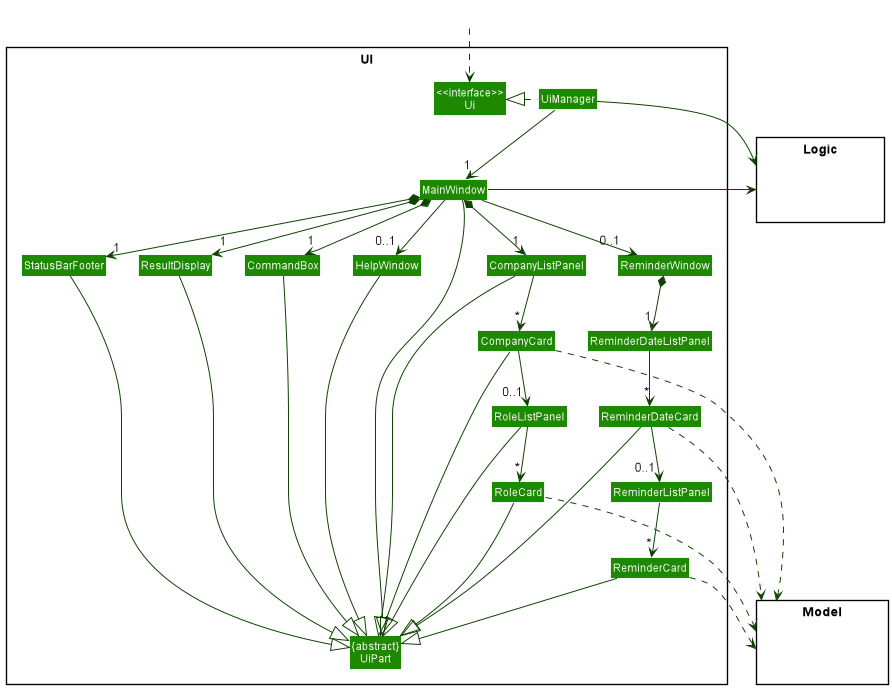
Earlier version of the PlantUML export docs/images/UiClassDiagram.png (nus-cs2103-AY2122S2/tp).
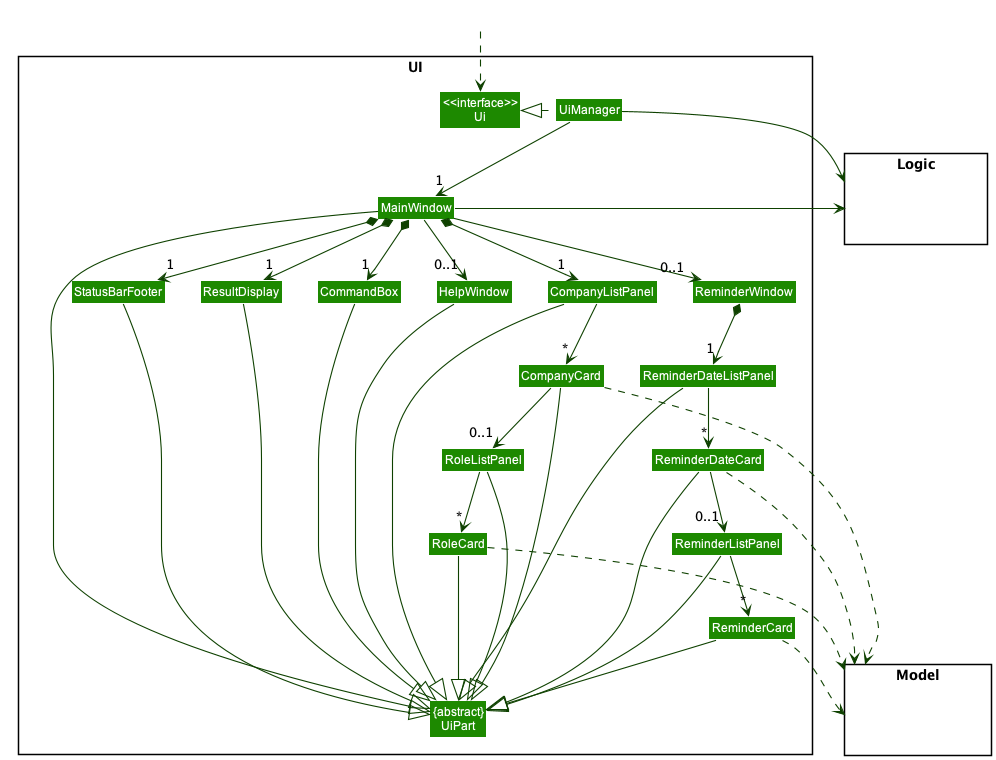
After the change.

Commit message:
Fix Ui class diagram

Diff of the diagram source:
```diff
@@ -61,7 +61,10 @@
 HelpWindow --|> UiPart
 RoleListPanel --|> UiPart
 RoleCard --|> UiPart
+ReminderDateListPanel --|> UiPart
 ReminderDateCard --|> UiPart
+ReminderListPanel --|> UiPart
+ReminderDateListPanel -[hidden]-|> UiPart
 ReminderCard --|> UiPart
 
 CompanyCard ..> Model
```
